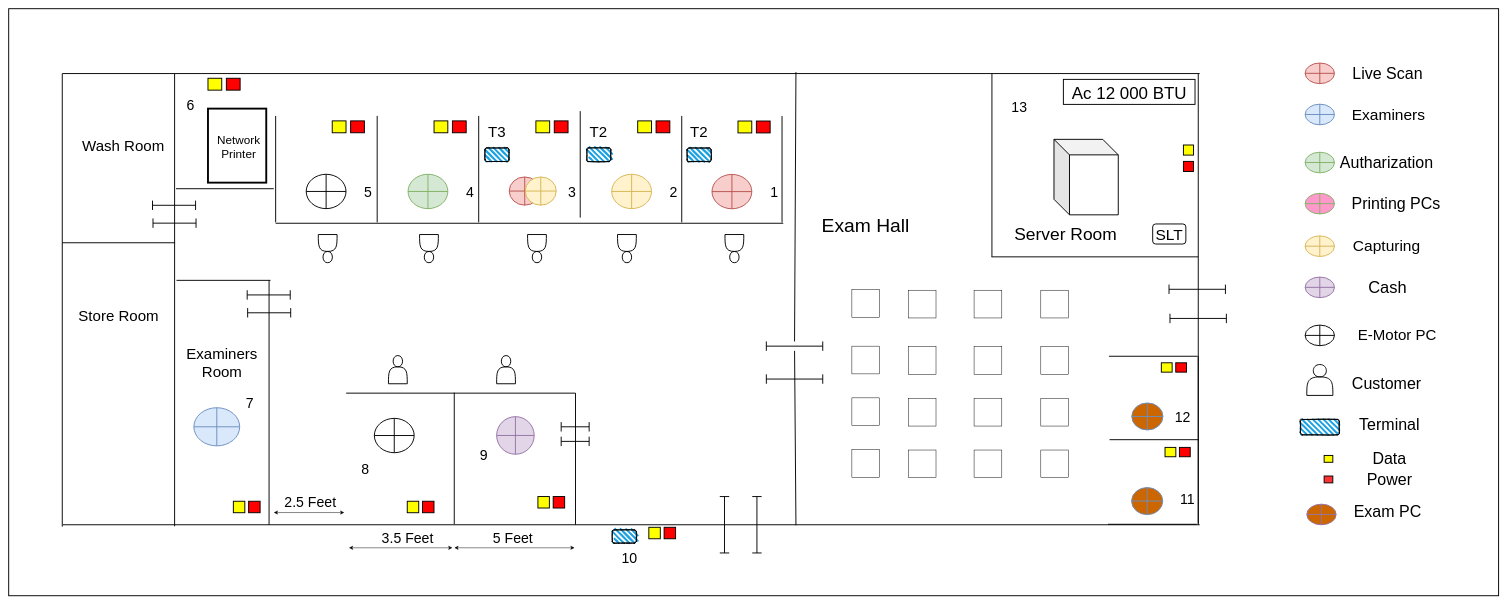
Above: kilinochchi.drawio in thushan-harshajeewa/dmt-diagrams (draw.io), before the change. Source tidied: cells renumbered, new cells numbered last; positions are measured from the earlier drawing's top-left corner, leaving out a move shared by most shapes. Both pictures are drawn from the tidied source at 47%, with x=0, y=0 at pixel (8, 8).
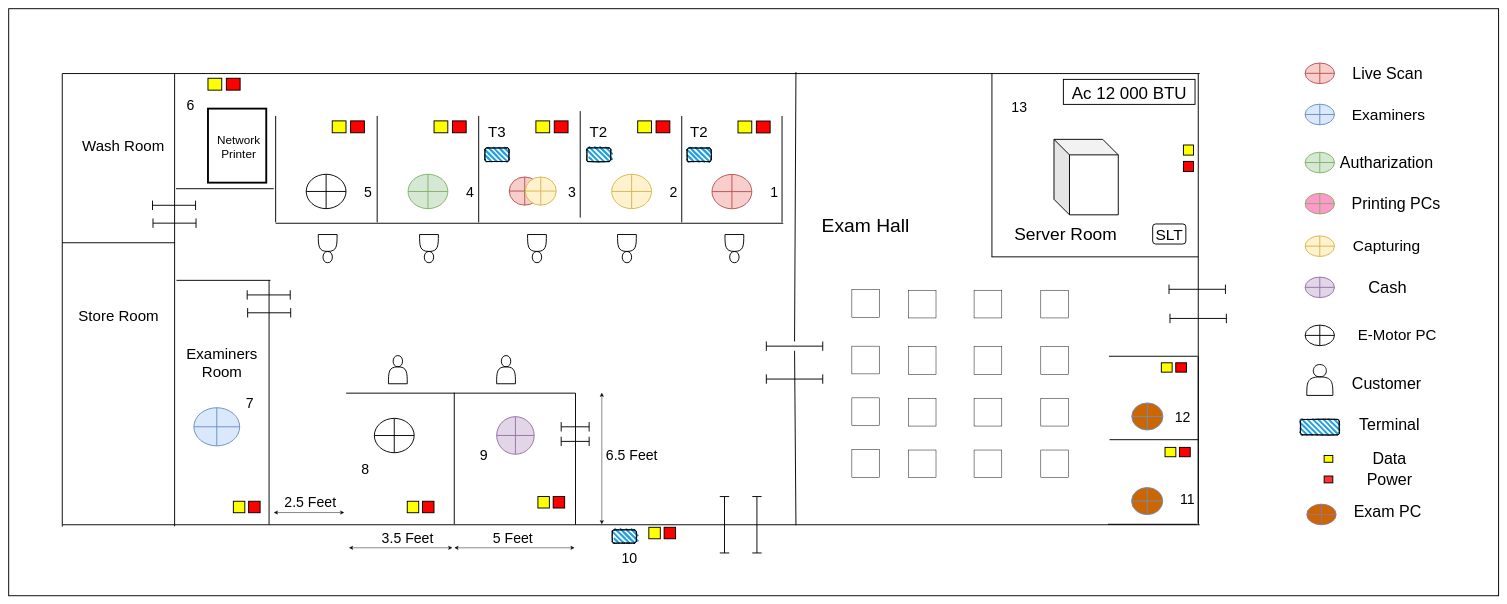
The same page after the edit.

Change to the diagram source:
```diff
@@
+    <mxCell id="173" style="endArrow=classic;startArrow=classic;html=1;" parent="1" edge="1">
+      <mxGeometry relative="1" as="geometry">
+        <mxPoint x="1262" y="1097" as="sourcePoint" />
+        <mxPoint x="1262" y="817" as="targetPoint" />
+      </mxGeometry>
+    </mxCell>
+    <mxCell id="174" value="&lt;font style=&quot;font-size: 30px;&quot;&gt;6.5 Feet&lt;/font&gt;" style="text;html=1;align=center;verticalAlign=middle;whiteSpace=wrap;rounded=0;strokeWidth=2;" parent="1" vertex="1">
+      <mxGeometry x="1241.2" y="939.6" width="170" height="21.1" as="geometry" />
+    </mxCell>
```
